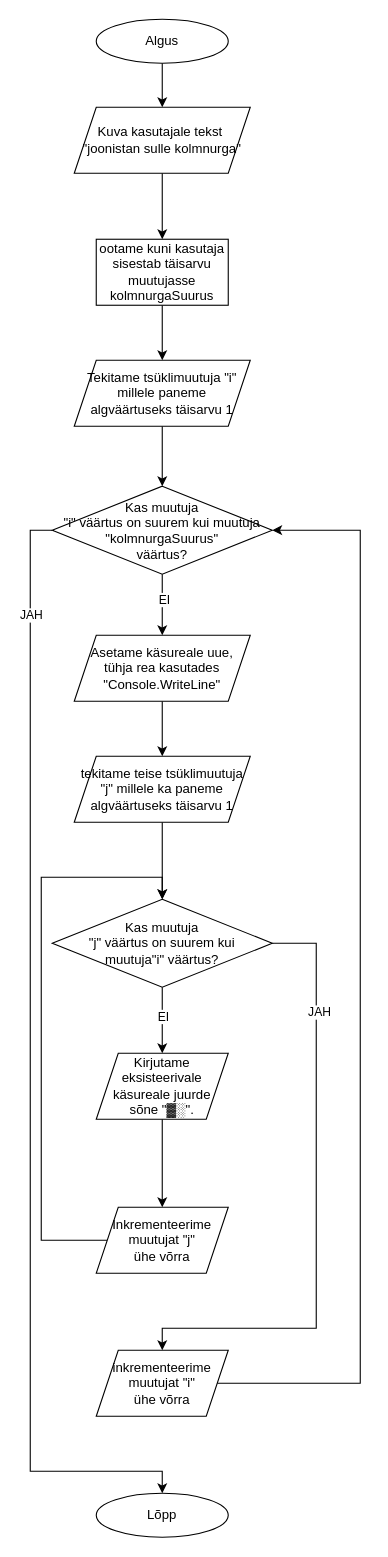
Above: While/kolmnurga joonistamine.drawio in Estlib/Cycles (draw.io), before the change. Source tidied: cells renumbered, new cells numbered last; positions are measured from the earlier drawing's top-left corner, leaving out a move shared by most shapes. Both pictures are drawn from the tidied source at 110%, with x=0, y=0 at pixel (30, 19).
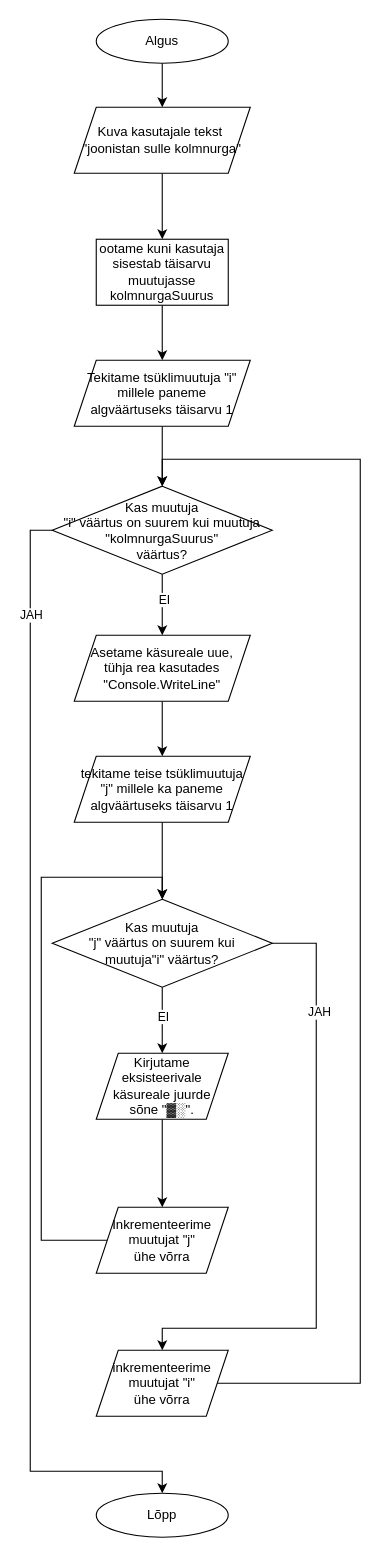
Above is the later version.

The change refers to these unchanged cells:
```xml
<mxCell id="14" value="Kas muutuja &lt;br&gt;&quot;i&quot; väärtus on suurem kui muutuja &quot;kolmnurgaSuurus&quot; &lt;br&gt;väärtus?" style="rhombus;whiteSpace=wrap;html=1;" parent="1" vertex="1">
  <mxGeometry x="20" y="424.5" width="200" height="80" as="geometry" />
</mxCell>
<mxCell id="30" value="inkrementeerime&lt;br&gt;muutujat &quot;i&quot;&lt;br&gt;ühe võrra" style="shape=parallelogram;perimeter=parallelogramPerimeter;whiteSpace=wrap;html=1;fixedSize=1;" parent="1" vertex="1">
  <mxGeometry x="60" y="1210" width="120" height="60" as="geometry" />
</mxCell>
```

Change to the diagram source:
```diff
@@
-    <mxCell id="29" style="edgeStyle=orthogonalEdgeStyle;rounded=0;jettySize=auto;html=1;exitX=1;exitY=0.5;exitDx=0;exitDy=0;entryX=1;entryY=0.5;entryDx=0;entryDy=0;" parent="1" edge="1" source="30" target="14">
+    <mxCell id="29" style="edgeStyle=orthogonalEdgeStyle;rounded=0;jettySize=auto;html=1;exitX=1;exitY=0.5;exitDx=0;exitDy=0;entryX=0.5;entryY=0;entryDx=0;entryDy=0;" parent="1" edge="1" source="30" target="14">
       <mxGeometry relative="1" as="geometry">
         <Array as="points">
           <mxPoint x="300" y="1240" />
-          <mxPoint x="300" y="465" />
+          <mxPoint x="300" y="400" />
+          <mxPoint x="120" y="400" />
         </Array>
       </mxGeometry>
     </mxCell>
```
